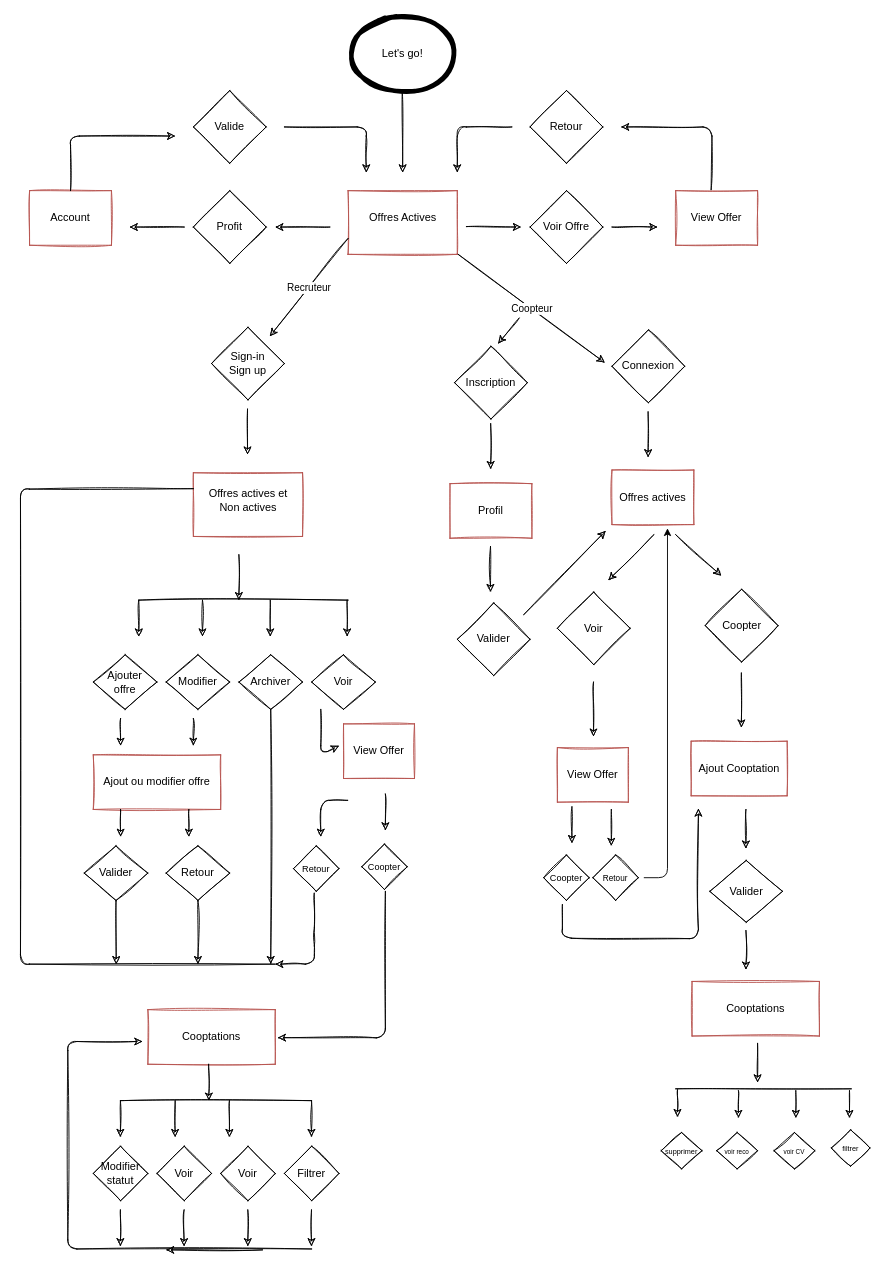
This is Untitled Diagram.drawio from ilanashley/EasyCoopt, a draw.io file, before an edit. Source tidied: cells renumbered, new cells numbered last; positions are measured from the earlier drawing's top-left corner, leaving out a move shared by most shapes. Both pictures are drawn from the tidied source at 91%, with x=0, y=0 at pixel (20, 17).
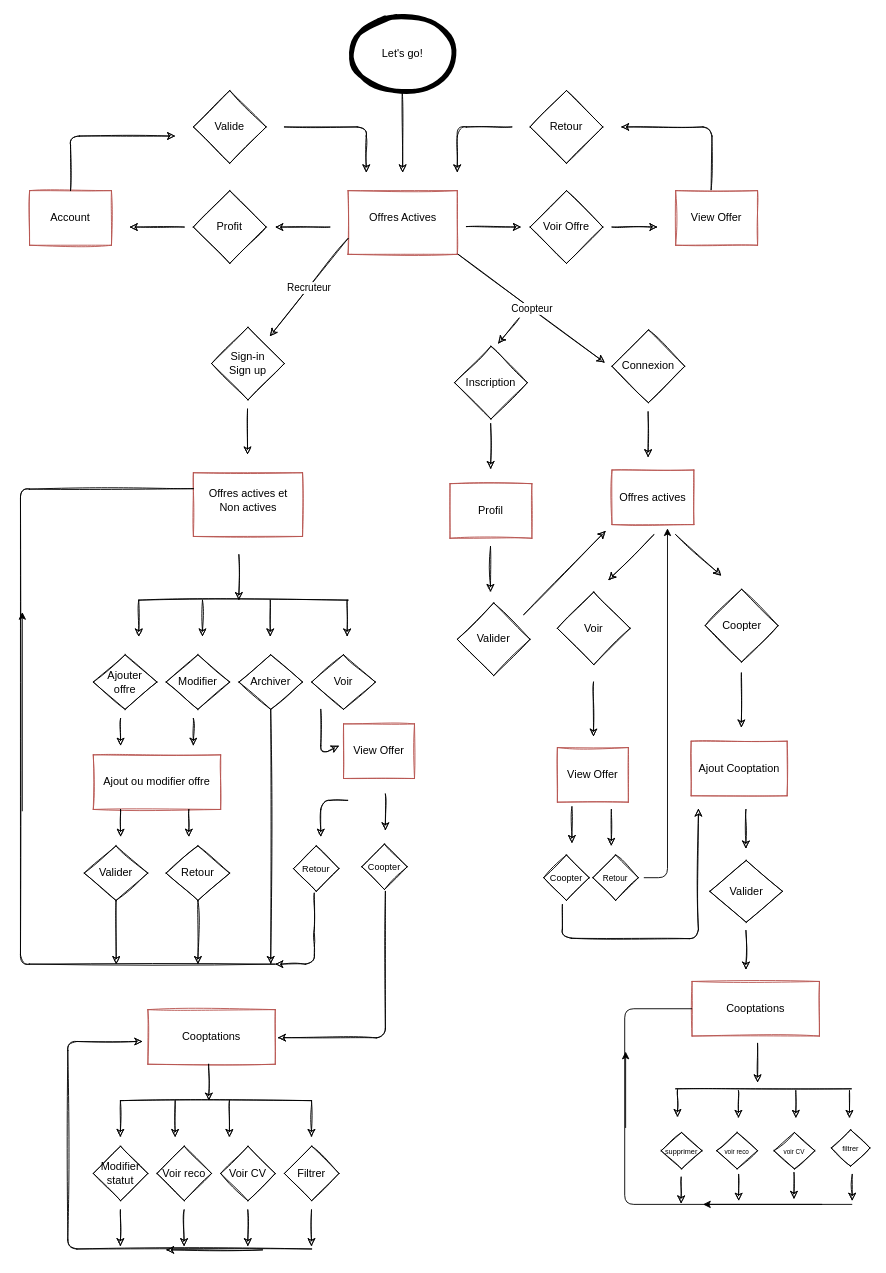
Above is the later version.

Unchanged cells that the change refers to:
```xml
<mxCell id="103" value="Cooptations" style="whiteSpace=wrap;html=1;strokeWidth=1;strokeColor=#b85450;fillColor=none;sketch=1;" parent="1" vertex="1">
  <mxGeometry x="738" y="1059" width="140" height="60" as="geometry" />
</mxCell>
```

What changed in the source:
```diff
@@
-    <mxCell id="89" value="Voir" style="rhombus;whiteSpace=wrap;html=1;strokeWidth=1;fillColor=none;sketch=1;" parent="1" vertex="1">
+    <mxCell id="89" value="Voir reco" style="rhombus;whiteSpace=wrap;html=1;strokeWidth=1;fillColor=none;sketch=1;" parent="1" vertex="1">
       <mxGeometry x="150" y="1240" width="60" height="60" as="geometry" />
     </mxCell>
-    <mxCell id="90" value="Voir" style="rhombus;whiteSpace=wrap;html=1;strokeWidth=1;fillColor=none;sketch=1;" parent="1" vertex="1">
+    <mxCell id="90" value="Voir CV" style="rhombus;whiteSpace=wrap;html=1;strokeWidth=1;fillColor=none;sketch=1;" parent="1" vertex="1">
       <mxGeometry x="220" y="1240" width="60" height="60" as="geometry" />
     </mxCell>
@@
+    <mxCell id="113" style="endArrow=classic;html=1;sketch=1;" parent="1" edge="1">
+      <mxGeometry relative="1" as="geometry">
+        <mxPoint x="726" y="1274" as="sourcePoint" />
+        <mxPoint x="726" y="1303" as="targetPoint" />
+      </mxGeometry>
+    </mxCell>
+    <mxCell id="114" style="endArrow=classic;html=1;sketch=1;" parent="1" edge="1">
+      <mxGeometry relative="1" as="geometry">
+        <mxPoint x="789.2" y="1271" as="sourcePoint" />
+        <mxPoint x="789.2" y="1300" as="targetPoint" />
+      </mxGeometry>
+    </mxCell>
+    <mxCell id="115" style="endArrow=classic;html=1;sketch=1;" parent="1" edge="1">
+      <mxGeometry relative="1" as="geometry">
+        <mxPoint x="850" y="1269" as="sourcePoint" />
+        <mxPoint x="850" y="1298" as="targetPoint" />
+      </mxGeometry>
+    </mxCell>
+    <mxCell id="116" style="endArrow=classic;html=1;sketch=1;" parent="1" edge="1">
+      <mxGeometry relative="1" as="geometry">
+        <mxPoint x="914" y="1271" as="sourcePoint" />
+        <mxPoint x="914" y="1300" as="targetPoint" />
+      </mxGeometry>
+    </mxCell>
+    <mxCell id="117" style="endArrow=none;html=1;exitX=0;exitY=0.5;exitDx=0;exitDy=0;" parent="1" edge="1" source="103">
+      <mxGeometry relative="1" as="geometry">
+        <mxPoint x="914" y="1304" as="targetPoint" />
+        <Array as="points">
+          <mxPoint x="664" y="1089" />
+          <mxPoint x="664" y="1304" />
+        </Array>
+      </mxGeometry>
+    </mxCell>
+    <mxCell id="118" style="endArrow=classic;html=1;" parent="1" edge="1">
+      <mxGeometry relative="1" as="geometry">
+        <mxPoint x="881" y="1304" as="sourcePoint" />
+        <mxPoint x="750" y="1304" as="targetPoint" />
+      </mxGeometry>
+    </mxCell>
+    <mxCell id="119" style="endArrow=classic;html=1;" parent="1" edge="1">
+      <mxGeometry relative="1" as="geometry">
+        <mxPoint x="665" y="1220" as="sourcePoint" />
+        <mxPoint x="665" y="1136" as="targetPoint" />
+      </mxGeometry>
+    </mxCell>
+    <mxCell id="120" style="endArrow=classic;html=1;" parent="1" edge="1">
+      <mxGeometry relative="1" as="geometry">
+        <mxPoint x="2" y="872" as="sourcePoint" />
+        <mxPoint x="2" y="653" as="targetPoint" />
+      </mxGeometry>
+    </mxCell>
```
